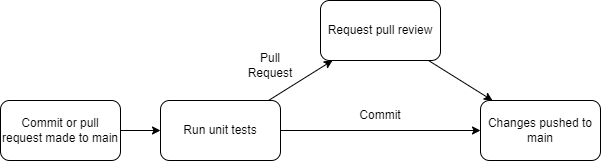
Above: admin/pipeline/phase1.drawio.png in cse110-fa22-group18/cse110-fa22-group18 (draw.io), before the change. Source tidied: cells renumbered, new cells last; positions are measured from the earlier drawing's top-left corner, leaving out a move shared by most shapes. Source of this version:
```xml
<mxGraphModel>
  <root>
    <mxCell id="0" />
    <mxCell id="1" parent="0" />
    <mxCell id="2" style="edgeStyle=none;html=1;" parent="1" edge="1" source="3" target="8">
      <mxGeometry relative="1" as="geometry" />
    </mxCell>
    <mxCell id="3" value="Commit or pull request made to main" style="rounded=1;whiteSpace=wrap;html=1;" parent="1" vertex="1">
      <mxGeometry y="100" width="120" height="60" as="geometry" />
    </mxCell>
    <mxCell id="4" style="edgeStyle=none;html=1;" parent="1" edge="1" source="5" target="6">
      <mxGeometry relative="1" as="geometry" />
    </mxCell>
    <mxCell id="5" value="Request pull review" style="rounded=1;whiteSpace=wrap;html=1;" parent="1" vertex="1">
      <mxGeometry x="320" width="120" height="60" as="geometry" />
    </mxCell>
    <mxCell id="6" value="Changes pushed to main" style="rounded=1;whiteSpace=wrap;html=1;" parent="1" vertex="1">
      <mxGeometry x="480" y="100" width="120" height="60" as="geometry" />
    </mxCell>
    <mxCell id="7" style="edgeStyle=none;html=1;" parent="1" edge="1" source="8" target="5">
      <mxGeometry relative="1" as="geometry" />
    </mxCell>
    <mxCell id="8" value="Run unit tests" style="rounded=1;whiteSpace=wrap;html=1;" parent="1" vertex="1">
      <mxGeometry x="160" y="100" width="120" height="60" as="geometry" />
    </mxCell>
    <mxCell id="9" value="Pull Request" style="text;html=1;strokeColor=none;fillColor=none;align=center;verticalAlign=middle;whiteSpace=wrap;rounded=0;" parent="1" vertex="1">
      <mxGeometry x="240" y="50" width="60" height="30" as="geometry" />
    </mxCell>
    <mxCell id="10" style="endArrow=classic;html=1;" parent="1" edge="1" source="8" target="6">
      <mxGeometry relative="1" as="geometry" />
    </mxCell>
    <mxCell id="11" value="Commit" style="text;html=1;strokeColor=none;fillColor=none;align=center;verticalAlign=middle;whiteSpace=wrap;rounded=0;" parent="1" vertex="1">
      <mxGeometry x="350" y="100" width="60" height="30" as="geometry" />
    </mxCell>
  </root>
</mxGraphModel>
```
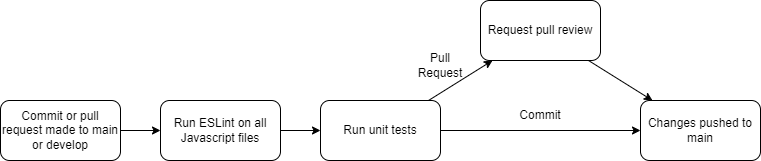
Above is the later version.

Commit message:
updated ci phase 1 pipeline image

What changed in the source:
```diff
@@ -2,11 +2,11 @@
   <root>
     <mxCell id="0" />
     <mxCell id="1" parent="0" />
-    <mxCell id="2" style="edgeStyle=none;html=1;" parent="1" edge="1" source="3" target="8">
-      <mxGeometry relative="1" as="geometry" />
-    </mxCell>
+    <mxCell id="12" style="edgeStyle=none;html=1;" parent="1" edge="1" source="3" target="14">
+      <mxGeometry relative="1" as="geometry" />
+    </mxCell>
-    <mxCell id="3" value="Commit or pull request made to main" style="rounded=1;whiteSpace=wrap;html=1;" parent="1" vertex="1">
-      <mxGeometry y="100" width="120" height="60" as="geometry" />
+    <mxCell id="3" value="Commit or pull request made to main or develop" style="rounded=1;whiteSpace=wrap;html=1;" parent="1" vertex="1">
+      <mxGeometry x="-160" y="100" width="120" height="60" as="geometry" />
     </mxCell>
     <mxCell id="4" style="edgeStyle=none;html=1;" parent="1" edge="1" source="5" target="6">
       <mxGeometry relative="1" as="geometry" />
@@ -24,7 +24,7 @@
       <mxGeometry x="160" y="100" width="120" height="60" as="geometry" />
     </mxCell>
     <mxCell id="9" value="Pull Request" style="text;html=1;strokeColor=none;fillColor=none;align=center;verticalAlign=middle;whiteSpace=wrap;rounded=0;" parent="1" vertex="1">
-      <mxGeometry x="240" y="50" width="60" height="30" as="geometry" />
+      <mxGeometry x="250" y="50" width="60" height="30" as="geometry" />
     </mxCell>
     <mxCell id="10" style="endArrow=classic;html=1;" parent="1" edge="1" source="8" target="6">
       <mxGeometry relative="1" as="geometry" />
@@ -32,5 +32,11 @@
     <mxCell id="11" value="Commit" style="text;html=1;strokeColor=none;fillColor=none;align=center;verticalAlign=middle;whiteSpace=wrap;rounded=0;" parent="1" vertex="1">
       <mxGeometry x="350" y="100" width="60" height="30" as="geometry" />
     </mxCell>
+    <mxCell id="13" style="edgeStyle=none;html=1;" parent="1" edge="1" source="14" target="8">
+      <mxGeometry relative="1" as="geometry" />
+    </mxCell>
+    <mxCell id="14" value="Run ESLint on all Javascript files" style="rounded=1;whiteSpace=wrap;html=1;" parent="1" vertex="1">
+      <mxGeometry y="100" width="120" height="60" as="geometry" />
+    </mxCell>
   </root>
 </mxGraphModel>
```
